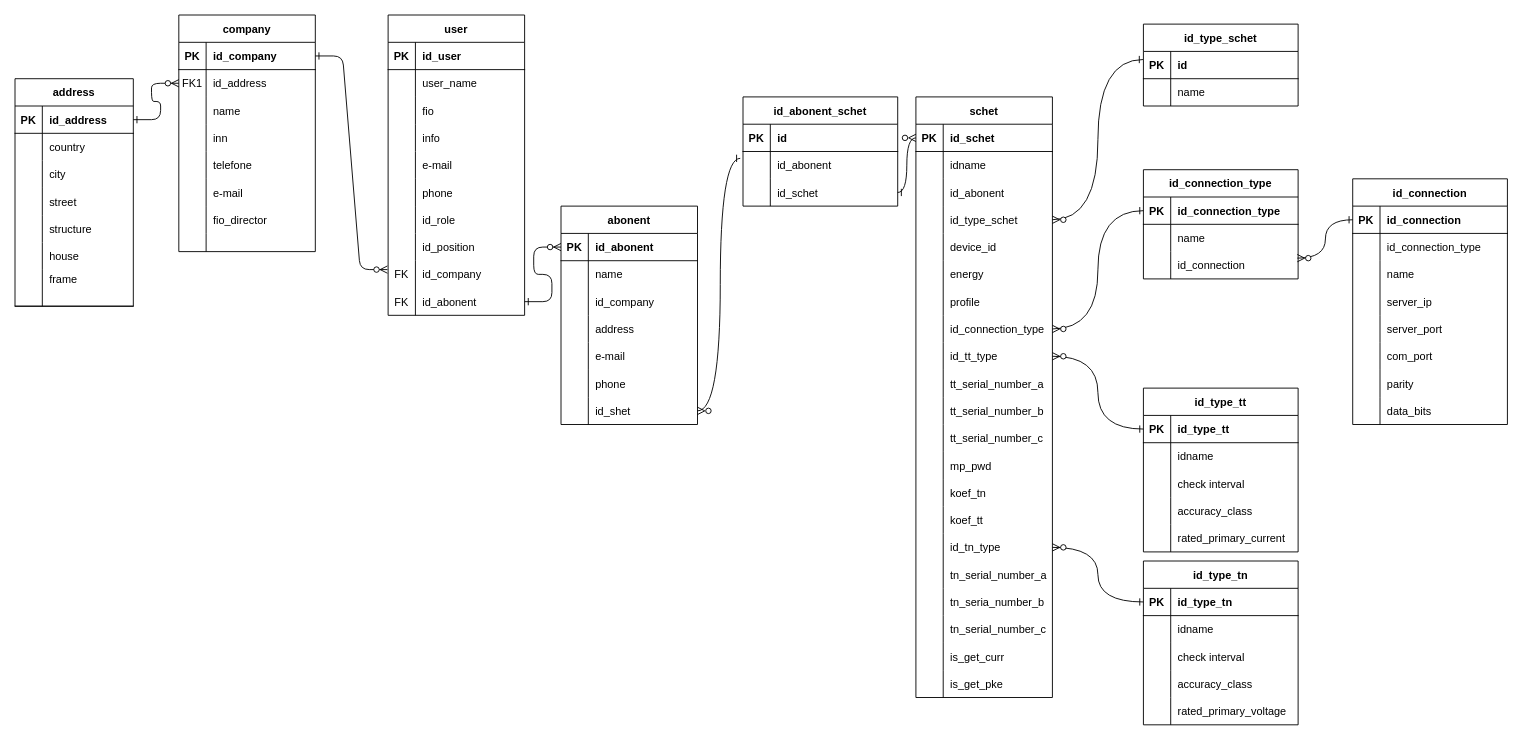
This is Диаграмма без названия.drawio from Leonid-Shashkin/Postgres, a draw.io file, before an edit. Source tidied: cells renumbered, new cells numbered last; positions are measured from the earlier drawing's top-left corner, leaving out a move shared by most shapes. Both pictures are drawn from the tidied source at 91%, with x=0, y=0 at pixel (15, 15).
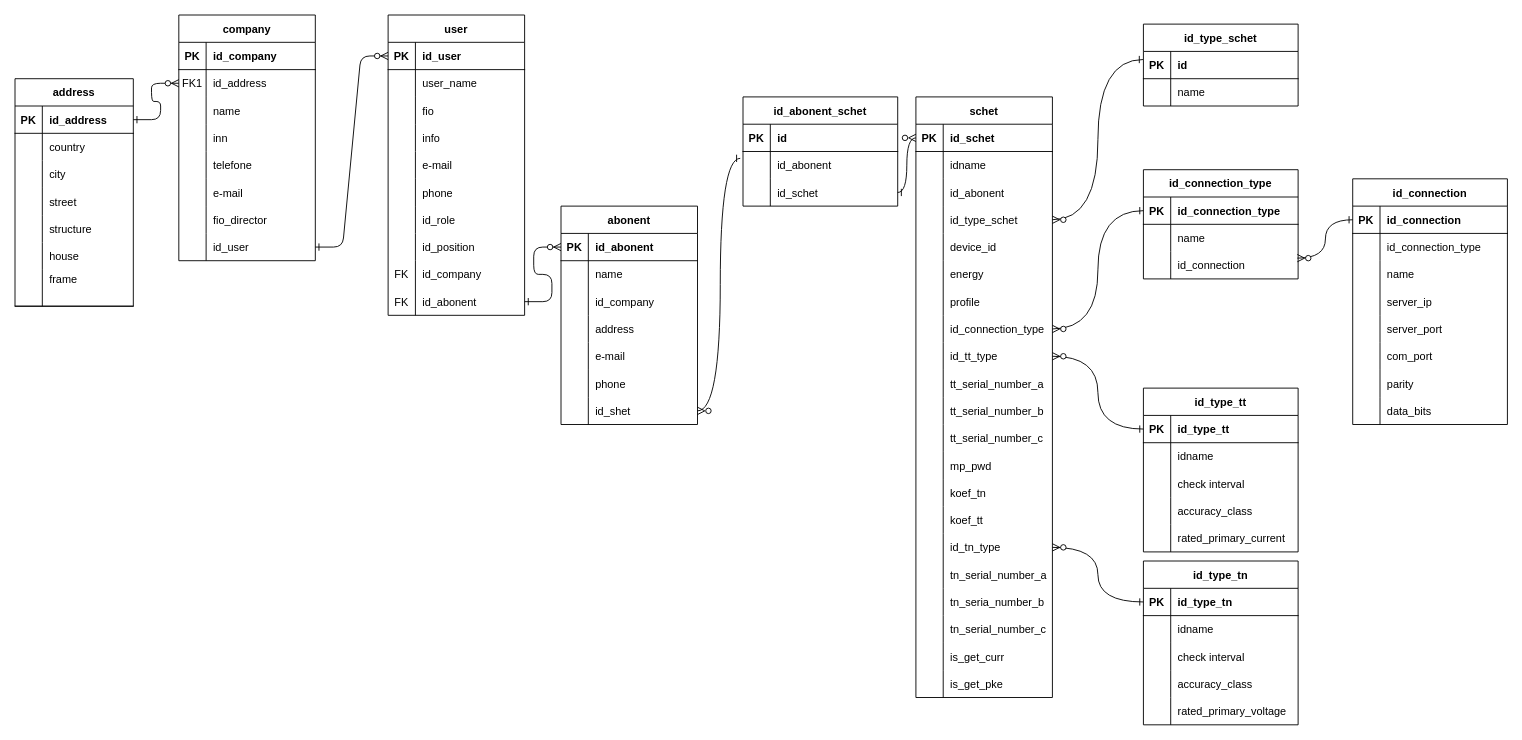
The same diagram, later.

Unchanged cells that the change refers to:
```xml
<mxCell id="5" style="shape=partialRectangle;fillColor=none;points=[[0,0.5],[1,0.5]];portConstraint=eastwest;top=0;left=0;right=0;bottom=1;" parent="4" vertex="1">
  <mxGeometry y="30" width="150" height="30" as="geometry" />
</mxCell>
<mxCell id="30" style="shape=partialRectangle;fillColor=none;points=[[0,0.5],[1,0.5]];portConstraint=eastwest;top=0;left=0;right=0;bottom=1;" parent="29" vertex="1">
  <mxGeometry y="30" width="150" height="30" as="geometry" />
</mxCell>
<mxCell id="54" style="shape=partialRectangle;fillColor=none;points=[[0,0.5],[1,0.5]];portConstraint=eastwest;top=0;left=0;right=0;bottom=0;" parent="29" vertex="1">
  <mxGeometry y="270" width="150" height="30" as="geometry" />
</mxCell>
```

Diff of the diagram source:
```diff
@@
-    <mxCell id="3" style="edgeStyle=entityRelationEdgeStyle;endArrow=ERzeroToMany;startArrow=ERone;endFill=1;startFill=0;entryX=-0.005;entryY=0.325;entryDx=0;entryDy=0;entryPerimeter=0;" parent="1" edge="1" source="5" target="54">
+    <mxCell id="3" style="edgeStyle=entityRelationEdgeStyle;endArrow=ERzeroToMany;startArrow=ERone;endFill=1;startFill=0;entryX=0;entryY=0.5;entryDx=0;entryDy=0;exitX=1;exitY=0.5;exitDx=0;exitDy=0;" parent="1" edge="1" source="263" target="30">
       <mxGeometry relative="1" as="geometry" />
     </mxCell>
     <mxCell id="4" value="company" style="shape=table;startSize=30;childLayout=tableLayout;rowLines=0;fontStyle=1;align=center;strokeWidth=1;swimlaneLine=1;rounded=0;shadow=0;columnLines=1;resizeLastRow=1;" parent="1" vertex="1">
-      <mxGeometry x="180" width="150" height="260" as="geometry" />
+      <mxGeometry x="180" width="150" height="270" as="geometry" />
     </mxCell>
@@
-    <mxCell id="26" style="shape=partialRectangle;fillColor=none;top=0;left=0;right=0;bottom=0;" parent="4" vertex="1">
-      <mxGeometry y="240" width="150" height="20" as="geometry" />
-    </mxCell>
-    <mxCell id="27" style="shape=partialRectangle;overflow=hidden;fillColor=none;top=0;left=0;bottom=0;right=0;" parent="26" vertex="1">
-      <mxGeometry width="30" height="20" as="geometry" />
-    </mxCell>
-    <mxCell id="28" style="shape=partialRectangle;overflow=hidden;fillColor=none;top=0;left=0;bottom=0;right=0;align=left;spacingLeft=6;" parent="26" vertex="1">
-      <mxGeometry x="30" width="120" height="20" as="geometry" />
-    </mxCell>
+    <mxCell id="263" style="shape=partialRectangle;fillColor=none;points=[[0,0.5],[1,0.5]];portConstraint=eastwest;top=0;left=0;right=0;bottom=0;" parent="4" vertex="1">
+      <mxGeometry y="240" width="150" height="30" as="geometry" />
+    </mxCell>
+    <mxCell id="264" style="shape=partialRectangle;overflow=hidden;fillColor=none;top=0;left=0;bottom=0;right=0;" parent="263" vertex="1">
+      <mxGeometry width="30" height="30" as="geometry" />
+    </mxCell>
+    <mxCell id="265" value="id_user" style="shape=partialRectangle;overflow=hidden;fillColor=none;top=0;left=0;bottom=0;right=0;align=left;spacingLeft=6;" parent="263" vertex="1">
+      <mxGeometry x="30" width="120" height="30" as="geometry" />
+    </mxCell>
```
